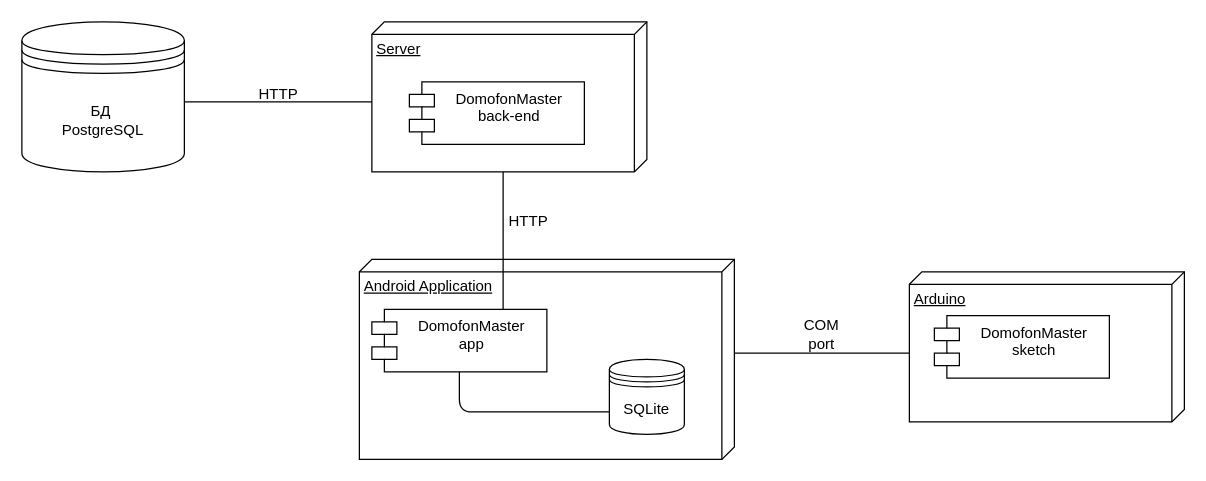
This is DIagrams/Deploy.drawio from PavelParamon/DiplomaWork, a draw.io file, before an edit. Source tidied: cells renumbered, new cells numbered last; positions are measured from the earlier drawing's top-left corner, leaving out a move shared by most shapes. Both pictures are drawn from the tidied source at 125%, with x=0, y=0 at pixel (21, 21).
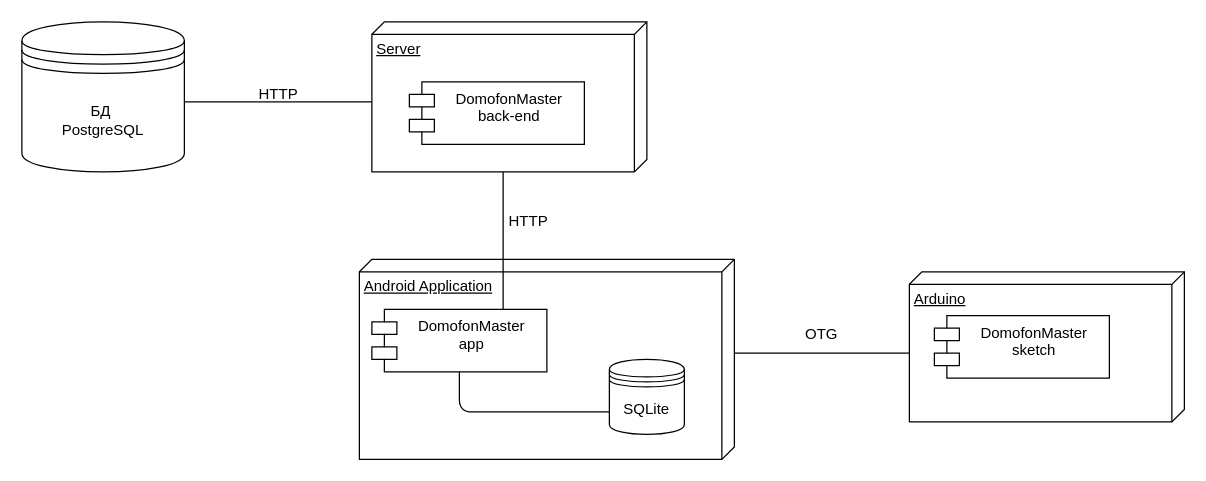
After the change.

The edit, as a diff of the source:
```diff
@@
 <mxGraphModel>
   <root>
     <mxCell id="0" />
     <mxCell id="1" parent="0" />
     <mxCell id="2" value="Android Application" style="verticalAlign=top;align=left;spacingTop=8;spacingLeft=2;spacingRight=12;shape=cube;size=10;direction=south;fontStyle=4;html=1;" parent="1" vertex="1">
       <mxGeometry x="270" y="190" width="300" height="160" as="geometry" />
     </mxCell>
     <mxCell id="3" value="БД&amp;nbsp;&lt;br&gt;PostgreSQL" style="shape=datastore;whiteSpace=wrap;html=1;" parent="1" vertex="1">
       <mxGeometry width="130" height="120" as="geometry" />
     </mxCell>
     <mxCell id="4" value="SQLite" style="shape=datastore;whiteSpace=wrap;html=1;" parent="1" vertex="1">
       <mxGeometry x="470" y="270" width="60" height="60" as="geometry" />
     </mxCell>
     <mxCell id="5" value="Server" style="verticalAlign=top;align=left;spacingTop=8;spacingLeft=2;spacingRight=12;shape=cube;size=10;direction=south;fontStyle=4;html=1;" parent="1" vertex="1">
       <mxGeometry x="280" width="220" height="120" as="geometry" />
     </mxCell>
     <mxCell id="6" style="line;strokeWidth=1;fillColor=none;align=left;verticalAlign=middle;spacingTop=-1;spacingLeft=3;spacingRight=3;labelPosition=right;" parent="1" vertex="1">
       <mxGeometry x="130" y="60" width="150" height="8" as="geometry" />
     </mxCell>
     <mxCell id="7" value="HTTP" style="text;html=1;align=center;verticalAlign=middle;" parent="1" vertex="1">
       <mxGeometry x="180" y="48" width="50" height="20" as="geometry" />
     </mxCell>
     <mxCell id="8" value="DomofonMaster&#10;back-end" style="shape=module;align=left;spacingLeft=20;align=center;verticalAlign=top;" parent="1" vertex="1">
       <mxGeometry x="310" y="48" width="140" height="50" as="geometry" />
     </mxCell>
     <mxCell id="9" value="DomofonMaster&#10;app" style="shape=module;align=left;spacingLeft=20;align=center;verticalAlign=top;" parent="1" vertex="1">
       <mxGeometry x="280" y="230" width="140" height="50" as="geometry" />
     </mxCell>
     <mxCell id="10" style="endArrow=none;html=1;entryX=0;entryY=0;entryDx=120;entryDy=115;entryPerimeter=0;exitX=0.75;exitY=0;exitDx=0;exitDy=0;" parent="1" edge="1" source="9" target="5">
       <mxGeometry relative="1" as="geometry" />
     </mxCell>
     <mxCell id="11" value="HTTP" style="text;html=1;align=center;verticalAlign=middle;" parent="1" vertex="1">
       <mxGeometry x="380" y="150" width="50" height="20" as="geometry" />
     </mxCell>
     <mxCell id="12" style="endArrow=none;html=1;entryX=0.5;entryY=1;entryDx=0;entryDy=0;exitX=0;exitY=0.7;exitDx=0;exitDy=0;" parent="1" edge="1" source="4" target="9">
       <mxGeometry relative="1" as="geometry">
         <Array as="points">
           <mxPoint x="350" y="312" />
         </Array>
       </mxGeometry>
     </mxCell>
     <mxCell id="13" value="Arduino" style="verticalAlign=top;align=left;spacingTop=8;spacingLeft=2;spacingRight=12;shape=cube;size=10;direction=south;fontStyle=4;html=1;" parent="1" vertex="1">
       <mxGeometry x="710" y="200" width="220" height="120" as="geometry" />
     </mxCell>
     <mxCell id="14" value="DomofonMaster&#10;sketch" style="shape=module;align=left;spacingLeft=20;align=center;verticalAlign=top;" parent="1" vertex="1">
       <mxGeometry x="730" y="235" width="140" height="50" as="geometry" />
     </mxCell>
     <mxCell id="15" style="endArrow=none;html=1;entryX=0;entryY=0;entryDx=65;entryDy=220;entryPerimeter=0;exitX=0;exitY=0;exitDx=75;exitDy=0;exitPerimeter=0;" parent="1" edge="1" source="2" target="13">
       <mxGeometry relative="1" as="geometry" />
     </mxCell>
-    <mxCell id="16" value="COM port" style="text;html=1;strokeColor=none;fillColor=none;align=center;verticalAlign=middle;whiteSpace=wrap;rounded=0;" parent="1" vertex="1">
+    <mxCell id="16" value="OTG" style="text;html=1;strokeColor=none;fillColor=none;align=center;verticalAlign=middle;whiteSpace=wrap;rounded=0;" parent="1" vertex="1">
       <mxGeometry x="620" y="240" width="40" height="20" as="geometry" />
     </mxCell>
   </root>
 </mxGraphModel>
```
